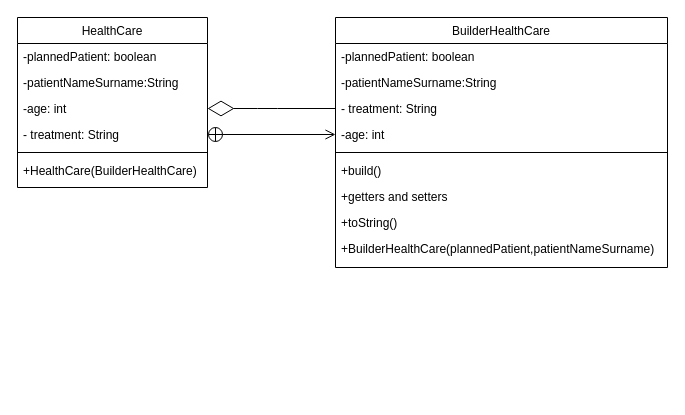
This is page "Builder" (1 of 16) of src/main/java/adapter/Untitled Diagram.drawio from VladGithu8/patterns_homework2, a draw.io file, before an edit. Source tidied: cells renumbered, new cells numbered last; positions are measured from the earlier drawing's top-left corner, leaving out a move shared by most shapes. Both pictures are drawn from the tidied source at 100%, with x=0, y=0 at pixel (17, 17).
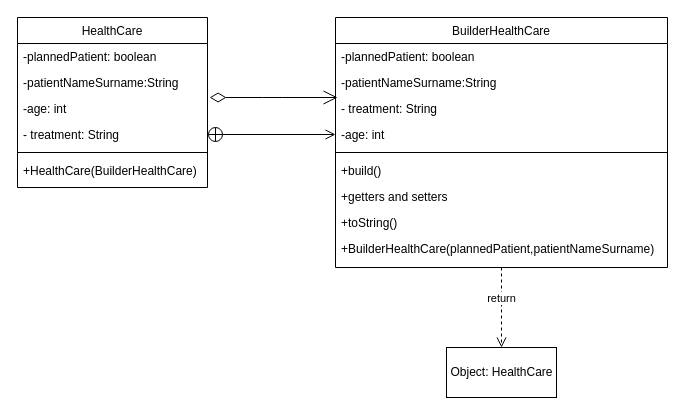
After the change.

Unchanged cells that the change refers to:
```xml
<mxCell id="5" value="-age: int" style="text;align=left;verticalAlign=top;spacingLeft=4;spacingRight=4;overflow=hidden;points=[[0,0.5],[1,0.5]];portConstraint=eastwest;rounded=0;shadow=0;html=0;" parent="2" vertex="1">
  <mxGeometry y="78" width="190" height="26" as="geometry" />
</mxCell>
<mxCell id="9" value="BuilderHealthCare" style="swimlane;fontStyle=0;align=center;verticalAlign=top;horizontal=1;startSize=26;rounded=0;shadow=0;strokeWidth=1;" parent="1" vertex="1">
  <mxGeometry x="318" width="332" height="250" as="geometry" />
</mxCell>
<mxCell id="12" value="- treatment: String" style="text;align=left;verticalAlign=top;spacingLeft=4;spacingRight=4;overflow=hidden;points=[[0,0.5],[1,0.5]];portConstraint=eastwest;rounded=0;shadow=0;html=0;" parent="9" vertex="1">
  <mxGeometry y="78" width="332" height="26" as="geometry" />
</mxCell>
```

The edit, as a diff of the source:
```diff
@@
-    <mxCell id="19" style="endArrow=diamondThin;endFill=0;endSize=24;html=1;entryX=1;entryY=0.5;entryDx=0;entryDy=0;exitX=0;exitY=0.5;exitDx=0;exitDy=0;" parent="1" edge="1" source="12" target="5">
-      <mxGeometry relative="1" as="geometry">
-        <Array as="points">
-          <mxPoint x="250" y="91" />
-        </Array>
-      </mxGeometry>
-    </mxCell>
@@
+    <mxCell id="21" value="Object: HealthCare" style="html=1;" parent="1" vertex="1">
+      <mxGeometry x="429" y="330" width="110" height="50" as="geometry" />
+    </mxCell>
+    <mxCell id="22" value="return" style="html=1;verticalAlign=bottom;endArrow=open;dashed=1;endSize=8;exitX=0.5;exitY=1;exitDx=0;exitDy=0;entryX=0.5;entryY=0;entryDx=0;entryDy=0;" parent="1" edge="1" source="9" target="21">
+      <mxGeometry relative="1" as="geometry" />
+    </mxCell>
+    <mxCell id="23" style="endArrow=open;html=1;endSize=12;startArrow=diamondThin;startSize=14;startFill=0;edgeStyle=orthogonalEdgeStyle;align=left;verticalAlign=bottom;exitX=1.011;exitY=0.077;exitDx=0;exitDy=0;exitPerimeter=0;" parent="1" edge="1" source="5">
+      <mxGeometry x="-0.25" y="20" relative="1" as="geometry">
+        <mxPoint x="320" y="80" as="targetPoint" />
+      </mxGeometry>
+    </mxCell>
```
